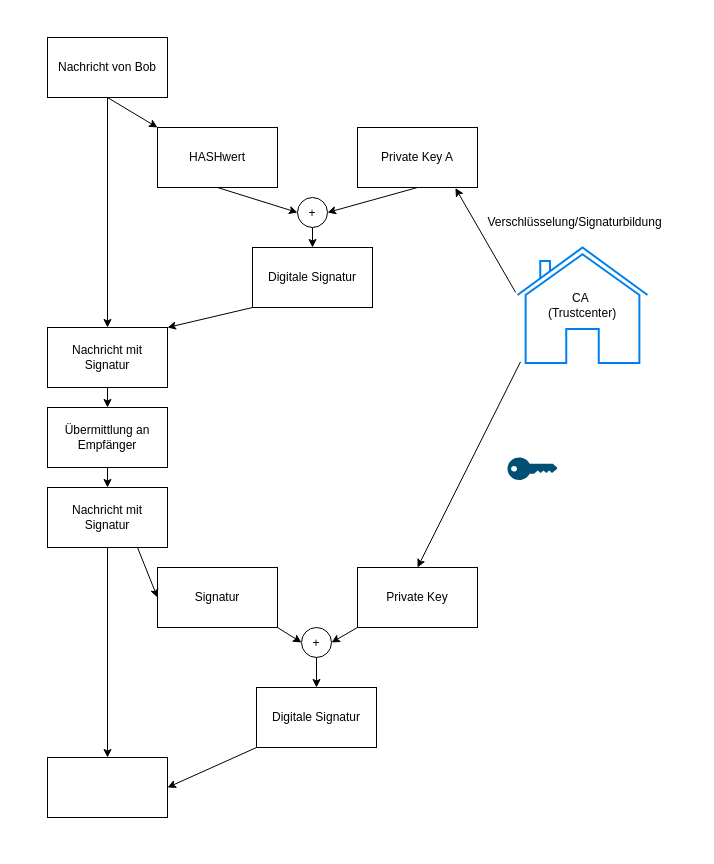
Before: data/entries/images/PKIAblauf.drawio in Semoxea/semoxea.github.io, a draw.io diagram. Source tidied: cells renumbered, new cells numbered last; positions are measured from the earlier drawing's top-left corner, leaving out a move shared by most shapes. Both pictures are drawn from the tidied source at 100%, with x=0, y=0 at pixel (17, 17).
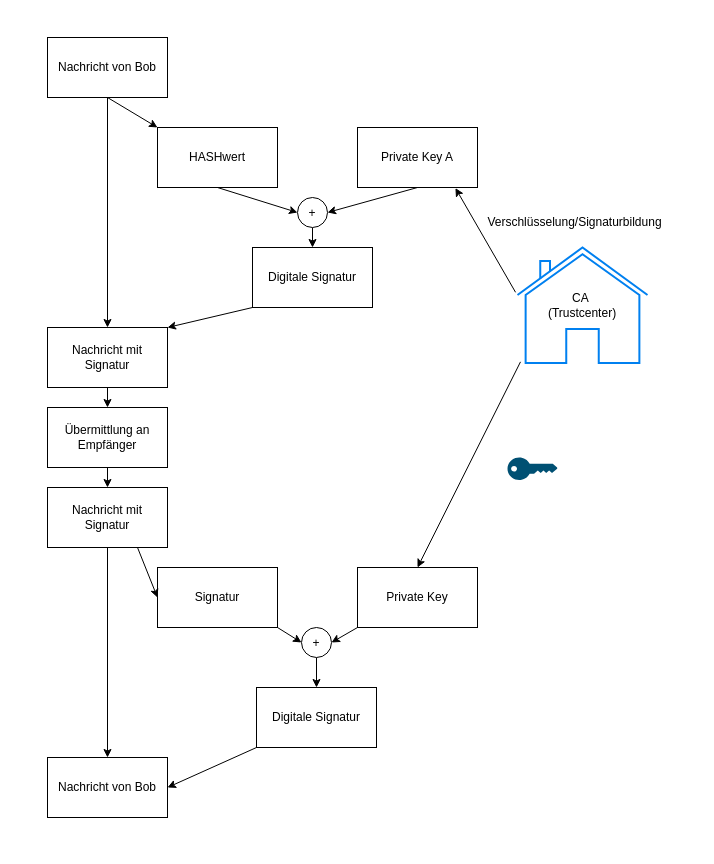
The same diagram, later.

Change to the diagram source:
```diff
@@
-    <mxCell id="23" style="rounded=0;whiteSpace=wrap;html=1;" parent="1" vertex="1">
+    <mxCell id="23" value="Nachricht von Bob" style="rounded=0;whiteSpace=wrap;html=1;" parent="1" vertex="1">
       <mxGeometry x="30" y="740" width="120" height="60" as="geometry" />
     </mxCell>
```
